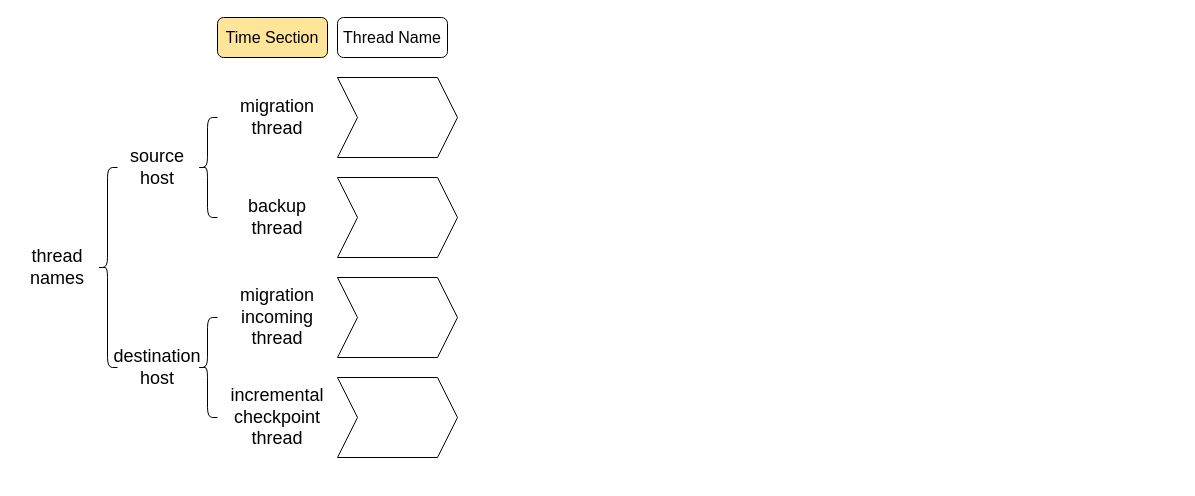
This is final/thread flows.drawio from xuyizhe1999/drawio, a draw.io file, before an edit. Source tidied: cells renumbered, new cells numbered last; positions are measured from the earlier drawing's top-left corner, leaving out a move shared by most shapes. Both pictures are drawn from the tidied source at 100%, with x=0, y=0 at pixel (17, 17).
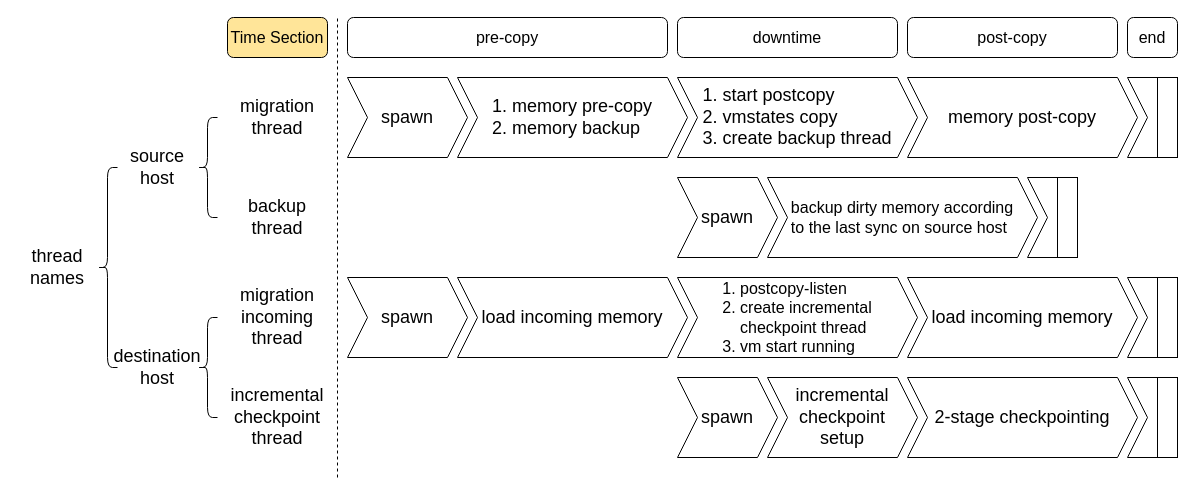
The same page after the edit.

Change to the diagram source:
```diff
@@
-    <mxCell id="2" style="shape=step;perimeter=stepPerimeter;whiteSpace=wrap;html=1;fixedSize=1;" parent="1" vertex="1">
-      <mxGeometry x="320" y="60" width="120" height="80" as="geometry" />
+    <mxCell id="2" value="&lt;font style=&quot;font-size: 18px;&quot;&gt;spawn&lt;/font&gt;" style="shape=step;perimeter=stepPerimeter;whiteSpace=wrap;html=1;fixedSize=1;" parent="1" vertex="1">
+      <mxGeometry x="330" y="60" width="120" height="80" as="geometry" />
     </mxCell>
@@
-    <mxCell id="4" value="&lt;font size=&quot;3&quot;&gt;Thread Name&lt;/font&gt;" style="rounded=1;whiteSpace=wrap;html=1;" parent="1" vertex="1">
-      <mxGeometry x="320" width="110" height="40" as="geometry" />
+    <mxCell id="4" value="&lt;font size=&quot;3&quot;&gt;pre-copy&lt;/font&gt;" style="rounded=1;whiteSpace=wrap;html=1;" parent="1" vertex="1">
+      <mxGeometry x="330" width="320" height="40" as="geometry" />
     </mxCell>
@@
     <mxCell id="6" value="&lt;font size=&quot;3&quot;&gt;Time Section&lt;/font&gt;" style="rounded=1;whiteSpace=wrap;html=1;fillColor=#FFE599;" parent="1" vertex="1">
-      <mxGeometry x="200" width="110" height="40" as="geometry" />
+      <mxGeometry x="210" width="100" height="40" as="geometry" />
     </mxCell>
@@
-    <mxCell id="8" style="shape=step;perimeter=stepPerimeter;whiteSpace=wrap;html=1;fixedSize=1;" parent="1" vertex="1">
-      <mxGeometry x="320" y="160" width="120" height="80" as="geometry" />
-    </mxCell>
-    <mxCell id="9" style="shape=step;perimeter=stepPerimeter;whiteSpace=wrap;html=1;fixedSize=1;" parent="1" vertex="1">
-      <mxGeometry x="320" y="260" width="120" height="80" as="geometry" />
+    <mxCell id="9" value="&lt;font style=&quot;font-size: 18px;&quot;&gt;spawn&lt;/font&gt;" style="shape=step;perimeter=stepPerimeter;whiteSpace=wrap;html=1;fixedSize=1;" parent="1" vertex="1">
+      <mxGeometry x="330" y="260" width="120" height="80" as="geometry" />
     </mxCell>
-    <mxCell id="10" style="shape=step;perimeter=stepPerimeter;whiteSpace=wrap;html=1;fixedSize=1;" parent="1" vertex="1">
-      <mxGeometry x="320" y="360" width="120" height="80" as="geometry" />
-    </mxCell>
@@
+    <mxCell id="18" style="endArrow=none;dashed=1;html=1;rounded=0;" parent="1" edge="1">
+      <mxGeometry relative="1" as="geometry">
+        <mxPoint x="320" y="460" as="sourcePoint" />
+        <mxPoint x="320" as="targetPoint" />
+      </mxGeometry>
+    </mxCell>
+    <mxCell id="19" value="&lt;div style=&quot;text-align: left;&quot;&gt;&lt;span style=&quot;font-size: 18px; background-color: initial;&quot;&gt;1. memory pre-copy&lt;/span&gt;&lt;/div&gt;&lt;font style=&quot;font-size: 18px;&quot;&gt;&lt;div style=&quot;text-align: left;&quot;&gt;&lt;span style=&quot;background-color: initial;&quot;&gt;2. memory backup&lt;/span&gt;&lt;/div&gt;&lt;/font&gt;" style="shape=step;perimeter=stepPerimeter;whiteSpace=wrap;html=1;fixedSize=1;" parent="1" vertex="1">
+      <mxGeometry x="440" y="60" width="230" height="80" as="geometry" />
+    </mxCell>
+    <mxCell id="20" value="&lt;font size=&quot;3&quot;&gt;downtime&lt;/font&gt;" style="rounded=1;whiteSpace=wrap;html=1;" parent="1" vertex="1">
+      <mxGeometry x="660" width="220" height="40" as="geometry" />
+    </mxCell>
+    <mxCell id="21" value="&lt;font style=&quot;font-size: 18px;&quot;&gt;spawn&lt;/font&gt;" style="shape=step;perimeter=stepPerimeter;whiteSpace=wrap;html=1;fixedSize=1;" parent="1" vertex="1">
+      <mxGeometry x="660" y="160" width="100" height="80" as="geometry" />
+    </mxCell>
+    <mxCell id="22" value="&lt;font style=&quot;font-size: 18px;&quot;&gt;spawn&lt;/font&gt;" style="shape=step;perimeter=stepPerimeter;whiteSpace=wrap;html=1;fixedSize=1;" parent="1" vertex="1">
+      <mxGeometry x="660" y="360" width="100" height="80" as="geometry" />
+    </mxCell>
+    <mxCell id="23" value="&lt;div style=&quot;text-align: left;&quot;&gt;&lt;span style=&quot;font-size: 18px; background-color: initial;&quot;&gt;1. start postcopy&lt;/span&gt;&lt;/div&gt;&lt;div style=&quot;text-align: left;&quot;&gt;&lt;span style=&quot;font-size: 18px; background-color: initial;&quot;&gt;2. vmstates copy&lt;/span&gt;&lt;/div&gt;&lt;font style=&quot;font-size: 18px;&quot;&gt;&lt;div style=&quot;text-align: left;&quot;&gt;&lt;span style=&quot;background-color: initial;&quot;&gt;3. create backup thread&lt;/span&gt;&lt;/div&gt;&lt;/font&gt;" style="shape=step;perimeter=stepPerimeter;whiteSpace=wrap;html=1;fixedSize=1;" parent="1" vertex="1">
+      <mxGeometry x="660" y="60" width="240" height="80" as="geometry" />
+    </mxCell>
+    <mxCell id="24" value="&lt;div style=&quot;text-align: left;&quot;&gt;&lt;span style=&quot;font-size: 18px;&quot;&gt;load incoming memory&lt;/span&gt;&lt;/div&gt;" style="shape=step;perimeter=stepPerimeter;whiteSpace=wrap;html=1;fixedSize=1;" parent="1" vertex="1">
+      <mxGeometry x="440" y="260" width="230" height="80" as="geometry" />
+    </mxCell>
+    <mxCell id="25" value="&lt;font size=&quot;3&quot;&gt;post-copy&lt;/font&gt;" style="rounded=1;whiteSpace=wrap;html=1;" parent="1" vertex="1">
+      <mxGeometry x="890" width="210" height="40" as="geometry" />
+    </mxCell>
+    <mxCell id="26" value="&lt;div style=&quot;text-align: left;&quot;&gt;&lt;font style=&quot;font-size: 16px;&quot;&gt;backup dirty memory&amp;nbsp;&lt;span style=&quot;background-color: initial;&quot;&gt;according&lt;/span&gt;&lt;/font&gt;&lt;/div&gt;&lt;div style=&quot;text-align: left;&quot;&gt;&lt;font style=&quot;font-size: 16px;&quot;&gt;&lt;span style=&quot;background-color: initial;&quot;&gt;to the last&amp;nbsp;&lt;/span&gt;&lt;span style=&quot;background-color: initial;&quot;&gt;sync&amp;nbsp;&lt;/span&gt;&lt;span style=&quot;background-color: initial;&quot;&gt;on source host&amp;nbsp;&lt;/span&gt;&lt;/font&gt;&lt;/div&gt;" style="shape=step;perimeter=stepPerimeter;whiteSpace=wrap;html=1;fixedSize=1;" parent="1" vertex="1">
+      <mxGeometry x="750" y="160" width="270" height="80" as="geometry" />
+    </mxCell>
+    <mxCell id="27" value="&lt;div style=&quot;text-align: left;&quot;&gt;&lt;span style=&quot;background-color: initial;&quot;&gt;&lt;font style=&quot;font-size: 16px;&quot;&gt;1. postcopy-listen&lt;/font&gt;&lt;/span&gt;&lt;/div&gt;&lt;div style=&quot;text-align: left;&quot;&gt;&lt;font size=&quot;3&quot;&gt;&lt;span style=&quot;background-color: initial;&quot;&gt;2. &lt;/span&gt;&lt;span style=&quot;background-color: initial;&quot;&gt;create incremental&lt;/span&gt;&lt;/font&gt;&lt;/div&gt;&lt;div style=&quot;text-align: left;&quot;&gt;&lt;span style=&quot;background-color: initial;&quot;&gt;&lt;font size=&quot;3&quot;&gt;&amp;nbsp; &amp;nbsp; checkpoint thread&lt;/font&gt;&lt;/span&gt;&lt;/div&gt;&lt;div style=&quot;text-align: left;&quot;&gt;&lt;span style=&quot;background-color: initial;&quot;&gt;&lt;font size=&quot;3&quot;&gt;3. vm start running&lt;/font&gt;&lt;/span&gt;&lt;/div&gt;" style="shape=step;perimeter=stepPerimeter;whiteSpace=wrap;html=1;fixedSize=1;" parent="1" vertex="1">
+      <mxGeometry x="660" y="260" width="240" height="80" as="geometry" />
+    </mxCell>
+    <mxCell id="28" value="&lt;div style=&quot;&quot;&gt;&lt;span style=&quot;font-size: 18px;&quot;&gt;incremental&lt;/span&gt;&lt;/div&gt;&lt;div style=&quot;&quot;&gt;&lt;span style=&quot;font-size: 18px;&quot;&gt;checkpoint&lt;/span&gt;&lt;/div&gt;&lt;div style=&quot;&quot;&gt;&lt;span style=&quot;font-size: 18px;&quot;&gt;setup&lt;/span&gt;&lt;/div&gt;" style="shape=step;perimeter=stepPerimeter;whiteSpace=wrap;html=1;fixedSize=1;align=center;" parent="1" vertex="1">
+      <mxGeometry x="750" y="360" width="150" height="80" as="geometry" />
+    </mxCell>
+    <mxCell id="29" value="&lt;div style=&quot;text-align: left;&quot;&gt;&lt;span style=&quot;font-size: 18px;&quot;&gt;memory post-copy&lt;/span&gt;&lt;/div&gt;" style="shape=step;perimeter=stepPerimeter;whiteSpace=wrap;html=1;fixedSize=1;" parent="1" vertex="1">
+      <mxGeometry x="890" y="60" width="230" height="80" as="geometry" />
+    </mxCell>
+    <mxCell id="30" value="&lt;div style=&quot;text-align: left;&quot;&gt;&lt;span style=&quot;font-size: 18px;&quot;&gt;load incoming memory&lt;/span&gt;&lt;/div&gt;" style="shape=step;perimeter=stepPerimeter;whiteSpace=wrap;html=1;fixedSize=1;" parent="1" vertex="1">
+      <mxGeometry x="890" y="260" width="230" height="80" as="geometry" />
+    </mxCell>
+    <mxCell id="31" value="&lt;div style=&quot;&quot;&gt;&lt;span style=&quot;font-size: 18px;&quot;&gt;2-stage checkpointing&lt;/span&gt;&lt;/div&gt;" style="shape=step;perimeter=stepPerimeter;whiteSpace=wrap;html=1;fixedSize=1;align=center;" parent="1" vertex="1">
+      <mxGeometry x="890" y="360" width="230" height="80" as="geometry" />
+    </mxCell>
+    <mxCell id="32" style="shape=step;perimeter=stepPerimeter;whiteSpace=wrap;html=1;fixedSize=1;" parent="1" vertex="1">
+      <mxGeometry x="1010" y="160" width="50" height="80" as="geometry" />
+    </mxCell>
+    <mxCell id="33" style="rounded=0;whiteSpace=wrap;html=1;strokeColor=default;" parent="1" vertex="1">
+      <mxGeometry x="1040" y="160" width="20" height="80" as="geometry" />
+    </mxCell>
+    <mxCell id="34" style="shape=step;perimeter=stepPerimeter;whiteSpace=wrap;html=1;fixedSize=1;" parent="1" vertex="1">
+      <mxGeometry x="1110" y="60" width="50" height="80" as="geometry" />
+    </mxCell>
+    <mxCell id="35" style="rounded=0;whiteSpace=wrap;html=1;strokeColor=default;" parent="1" vertex="1">
+      <mxGeometry x="1140" y="60" width="20" height="80" as="geometry" />
+    </mxCell>
+    <mxCell id="36" style="shape=step;perimeter=stepPerimeter;whiteSpace=wrap;html=1;fixedSize=1;" parent="1" vertex="1">
+      <mxGeometry x="1110" y="260" width="50" height="80" as="geometry" />
+    </mxCell>
+    <mxCell id="37" style="rounded=0;whiteSpace=wrap;html=1;strokeColor=default;" parent="1" vertex="1">
+      <mxGeometry x="1140" y="260" width="20" height="80" as="geometry" />
+    </mxCell>
+    <mxCell id="38" style="shape=step;perimeter=stepPerimeter;whiteSpace=wrap;html=1;fixedSize=1;" parent="1" vertex="1">
+      <mxGeometry x="1110" y="360" width="50" height="80" as="geometry" />
+    </mxCell>
+    <mxCell id="39" style="rounded=0;whiteSpace=wrap;html=1;strokeColor=default;" parent="1" vertex="1">
+      <mxGeometry x="1140" y="360" width="20" height="80" as="geometry" />
+    </mxCell>
+    <mxCell id="40" value="&lt;font size=&quot;3&quot;&gt;end&lt;/font&gt;" style="rounded=1;whiteSpace=wrap;html=1;" parent="1" vertex="1">
+      <mxGeometry x="1110" width="50" height="40" as="geometry" />
+    </mxCell>
```
